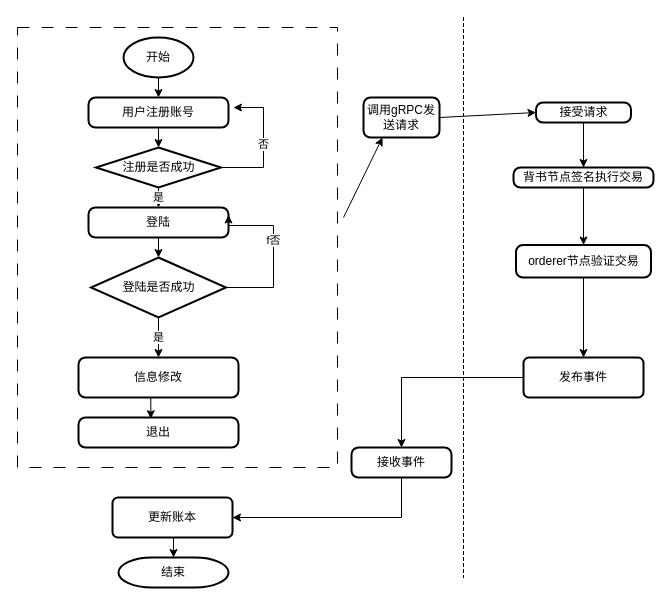
This is 整体流程.drawio from szuchenyajun/design_pattern_uml, a draw.io file, before an edit. Source tidied: cells renumbered, new cells numbered last; positions are measured from the earlier drawing's top-left corner, leaving out a move shared by most shapes. Both pictures are drawn from the tidied source at 100%, with x=0, y=0 at pixel (17, 17).
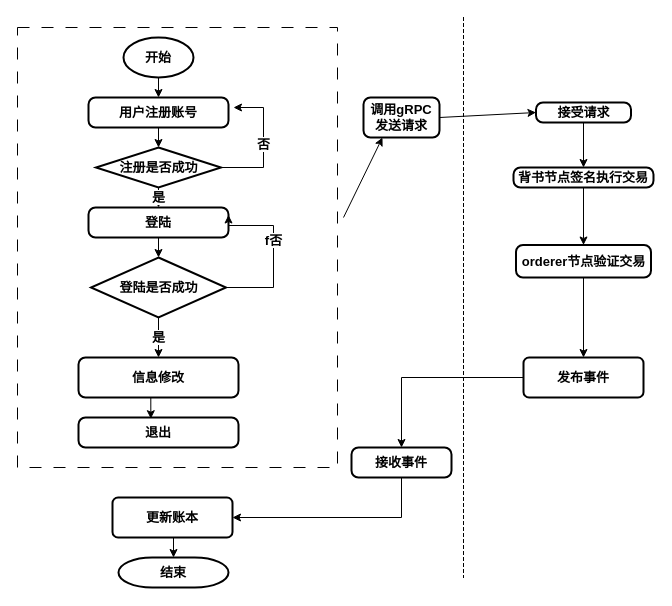
The same diagram, later.

Commit message:
更新整体流程.drawio

What changed in the source:
```diff
@@
-    <mxCell id="2" style="verticalLabelPosition=bottom;verticalAlign=top;html=1;shape=mxgraph.basic.rect;fillColor2=none;strokeWidth=1;size=20;indent=5;dashed=1;dashPattern=12 12;" parent="1" vertex="1">
+    <mxCell id="2" style="verticalLabelPosition=bottom;verticalAlign=top;html=1;shape=mxgraph.basic.rect;fillColor2=none;strokeWidth=1;size=20;indent=5;dashed=1;dashPattern=12 12;fontSize=13;fontStyle=1;" parent="1" vertex="1">
       <mxGeometry y="10" width="320" height="440" as="geometry" />
     </mxCell>
-    <mxCell id="3" style="edgeStyle=orthogonalEdgeStyle;rounded=0;jettySize=auto;html=1;exitX=0.5;exitY=1;exitDx=0;exitDy=0;exitPerimeter=0;entryX=0.5;entryY=0;entryDx=0;entryDy=0;" parent="1" edge="1" source="4" target="6">
+    <mxCell id="3" style="edgeStyle=orthogonalEdgeStyle;rounded=0;jettySize=auto;html=1;exitX=0.5;exitY=1;exitDx=0;exitDy=0;exitPerimeter=0;entryX=0.5;entryY=0;entryDx=0;entryDy=0;fontSize=13;fontStyle=1;" parent="1" edge="1" source="4" target="6">
       <mxGeometry relative="1" as="geometry" />
     </mxCell>
-    <mxCell id="4" value="开始" style="strokeWidth=2;html=1;shape=mxgraph.flowchart.start_1;whiteSpace=wrap;" parent="1" vertex="1">
+    <mxCell id="4" value="开始" style="strokeWidth=2;html=1;shape=mxgraph.flowchart.start_1;whiteSpace=wrap;fontSize=13;fontStyle=1;" parent="1" vertex="1">
       <mxGeometry x="106" y="20" width="70" height="40" as="geometry" />
     </mxCell>
-    <mxCell id="5" style="edgeStyle=orthogonalEdgeStyle;rounded=0;jettySize=auto;html=1;exitX=0.5;exitY=1;exitDx=0;exitDy=0;entryX=0.5;entryY=0;entryDx=0;entryDy=0;entryPerimeter=0;" parent="1" edge="1" source="6" target="9">
+    <mxCell id="5" style="edgeStyle=orthogonalEdgeStyle;rounded=0;jettySize=auto;html=1;exitX=0.5;exitY=1;exitDx=0;exitDy=0;entryX=0.5;entryY=0;entryDx=0;entryDy=0;entryPerimeter=0;fontSize=13;fontStyle=1;" parent="1" edge="1" source="6" target="9">
       <mxGeometry relative="1" as="geometry" />
     </mxCell>
-    <mxCell id="6" value="用户注册账号" style="rounded=1;whiteSpace=wrap;html=1;absoluteArcSize=1;arcSize=14;strokeWidth=2;" parent="1" vertex="1">
+    <mxCell id="6" value="用户注册账号" style="rounded=1;whiteSpace=wrap;html=1;absoluteArcSize=1;arcSize=14;strokeWidth=2;fontSize=13;fontStyle=1;" parent="1" vertex="1">
       <mxGeometry x="71" y="80" width="140" height="30" as="geometry" />
     </mxCell>
-    <mxCell id="7" value="是" style="edgeStyle=orthogonalEdgeStyle;rounded=0;jettySize=auto;html=1;exitX=0.5;exitY=1;exitDx=0;exitDy=0;exitPerimeter=0;entryX=0.5;entryY=0;entryDx=0;entryDy=0;" parent="1" edge="1" source="9" target="11">
+    <mxCell id="7" value="是" style="edgeStyle=orthogonalEdgeStyle;rounded=0;jettySize=auto;html=1;exitX=0.5;exitY=1;exitDx=0;exitDy=0;exitPerimeter=0;entryX=0.5;entryY=0;entryDx=0;entryDy=0;fontSize=13;fontStyle=1;" parent="1" edge="1" source="9" target="11">
       <mxGeometry relative="1" as="geometry" />
     </mxCell>
-    <mxCell id="8" value="否" style="edgeStyle=orthogonalEdgeStyle;rounded=0;jettySize=auto;html=1;exitX=1;exitY=0.5;exitDx=0;exitDy=0;exitPerimeter=0;" parent="1" edge="1" source="9">
+    <mxCell id="8" value="否" style="edgeStyle=orthogonalEdgeStyle;rounded=0;jettySize=auto;html=1;exitX=1;exitY=0.5;exitDx=0;exitDy=0;exitPerimeter=0;fontSize=13;fontStyle=1;" parent="1" edge="1" source="9">
       <mxGeometry relative="1" as="geometry">
         <mxPoint x="216" y="90" as="targetPoint" />
         <Array as="points">
           <mxPoint x="246" y="150" />
           <mxPoint x="246" y="90" />
         </Array>
       </mxGeometry>
     </mxCell>
-    <mxCell id="9" value="注册是否成功" style="strokeWidth=2;html=1;shape=mxgraph.flowchart.decision;whiteSpace=wrap;" parent="1" vertex="1">
+    <mxCell id="9" value="注册是否成功" style="strokeWidth=2;html=1;shape=mxgraph.flowchart.decision;whiteSpace=wrap;fontSize=13;fontStyle=1;" parent="1" vertex="1">
       <mxGeometry x="78.5" y="130" width="125" height="40" as="geometry" />
     </mxCell>
-    <mxCell id="10" style="edgeStyle=orthogonalEdgeStyle;rounded=0;jettySize=auto;html=1;exitX=0.5;exitY=1;exitDx=0;exitDy=0;entryX=0.5;entryY=0;entryDx=0;entryDy=0;entryPerimeter=0;" parent="1" edge="1" source="11" target="14">
+    <mxCell id="10" style="edgeStyle=orthogonalEdgeStyle;rounded=0;jettySize=auto;html=1;exitX=0.5;exitY=1;exitDx=0;exitDy=0;entryX=0.5;entryY=0;entryDx=0;entryDy=0;entryPerimeter=0;fontSize=13;fontStyle=1;" parent="1" edge="1" source="11" target="14">
       <mxGeometry relative="1" as="geometry" />
     </mxCell>
-    <mxCell id="11" value="登陆" style="rounded=1;whiteSpace=wrap;html=1;absoluteArcSize=1;arcSize=14;strokeWidth=2;" parent="1" vertex="1">
+    <mxCell id="11" value="登陆" style="rounded=1;whiteSpace=wrap;html=1;absoluteArcSize=1;arcSize=14;strokeWidth=2;fontSize=13;fontStyle=1;" parent="1" vertex="1">
       <mxGeometry x="71" y="190" width="140" height="30" as="geometry" />
     </mxCell>
-    <mxCell id="12" value="是" style="edgeStyle=orthogonalEdgeStyle;rounded=0;jettySize=auto;html=1;" parent="1" edge="1" source="14">
+    <mxCell id="12" value="是" style="edgeStyle=orthogonalEdgeStyle;rounded=0;jettySize=auto;html=1;fontSize=13;fontStyle=1;" parent="1" edge="1" source="14">
       <mxGeometry relative="1" as="geometry">
         <mxPoint x="141" y="340" as="targetPoint" />
       </mxGeometry>
     </mxCell>
-    <mxCell id="13" value="f否" style="edgeStyle=orthogonalEdgeStyle;rounded=0;jettySize=auto;html=1;exitX=1;exitY=0.5;exitDx=0;exitDy=0;exitPerimeter=0;entryX=1;entryY=0.25;entryDx=0;entryDy=0;" parent="1" edge="1" source="14" target="11">
+    <mxCell id="13" value="f否" style="edgeStyle=orthogonalEdgeStyle;rounded=0;jettySize=auto;html=1;exitX=1;exitY=0.5;exitDx=0;exitDy=0;exitPerimeter=0;entryX=1;entryY=0.25;entryDx=0;entryDy=0;fontSize=13;fontStyle=1;" parent="1" edge="1" source="14" target="11">
       <mxGeometry x="0.15" relative="1" as="geometry">
         <Array as="points">
           <mxPoint x="256" y="270" />
           <mxPoint x="256" y="208" />
           <mxPoint x="211" y="208" />
         </Array>
       </mxGeometry>
     </mxCell>
-    <mxCell id="14" value="登陆是否成功" style="strokeWidth=2;html=1;shape=mxgraph.flowchart.decision;whiteSpace=wrap;" parent="1" vertex="1">
+    <mxCell id="14" value="登陆是否成功" style="strokeWidth=2;html=1;shape=mxgraph.flowchart.decision;whiteSpace=wrap;fontSize=13;fontStyle=1;" parent="1" vertex="1">
       <mxGeometry x="73.5" y="240" width="135" height="60" as="geometry" />
     </mxCell>
-    <mxCell id="15" style="edgeStyle=orthogonalEdgeStyle;rounded=0;jettySize=auto;html=1;exitX=0.5;exitY=1;exitDx=0;exitDy=0;entryX=0.452;entryY=0.04;entryDx=0;entryDy=0;entryPerimeter=0;" parent="1" edge="1" target="16">
+    <mxCell id="15" style="edgeStyle=orthogonalEdgeStyle;rounded=0;jettySize=auto;html=1;exitX=0.5;exitY=1;exitDx=0;exitDy=0;entryX=0.452;entryY=0.04;entryDx=0;entryDy=0;entryPerimeter=0;fontSize=13;fontStyle=1;" parent="1" edge="1" target="16">
       <mxGeometry relative="1" as="geometry">
         <mxPoint x="141" y="370" as="sourcePoint" />
       </mxGeometry>
     </mxCell>
-    <mxCell id="16" value="退出" style="rounded=1;whiteSpace=wrap;html=1;absoluteArcSize=1;arcSize=14;strokeWidth=2;" parent="1" vertex="1">
+    <mxCell id="16" value="退出" style="rounded=1;whiteSpace=wrap;html=1;absoluteArcSize=1;arcSize=14;strokeWidth=2;fontSize=13;fontStyle=1;" parent="1" vertex="1">
       <mxGeometry x="61" y="400" width="160" height="30" as="geometry" />
     </mxCell>
-    <mxCell id="17" style="shape=partialRectangle;fillColor=none;align=left;verticalAlign=middle;strokeColor=none;spacingLeft=34;dashed=1;dashPattern=12 12;" parent="1" vertex="1">
+    <mxCell id="17" style="shape=partialRectangle;fillColor=none;align=left;verticalAlign=middle;strokeColor=none;spacingLeft=34;dashed=1;dashPattern=12 12;fontSize=13;fontStyle=1;" parent="1" vertex="1">
       <mxGeometry x="416" width="90" height="560" as="geometry" />
     </mxCell>
-    <mxCell id="18" style="shape=partialRectangle;top=0;left=0;bottom=0;fillColor=none;stokeWidth=1;dashed=1;align=left;verticalAlign=middle;spacingLeft=4;spacingRight=4;overflow=hidden;" parent="17" vertex="1">
+    <mxCell id="18" style="shape=partialRectangle;top=0;left=0;bottom=0;fillColor=none;stokeWidth=1;dashed=1;align=left;verticalAlign=middle;spacingLeft=4;spacingRight=4;overflow=hidden;fontSize=13;fontStyle=1;" parent="17" vertex="1">
       <mxGeometry width="30" height="560" as="geometry" />
     </mxCell>
-    <mxCell id="19" style="rounded=0;jettySize=auto;html=1;exitX=1;exitY=0.5;exitDx=0;exitDy=0;entryX=0;entryY=0.5;entryDx=0;entryDy=0;" parent="1" edge="1" source="20" target="22">
+    <mxCell id="19" style="rounded=0;jettySize=auto;html=1;exitX=1;exitY=0.5;exitDx=0;exitDy=0;entryX=0;entryY=0.5;entryDx=0;entryDy=0;fontSize=13;fontStyle=1;" parent="1" edge="1" source="20" target="22">
       <mxGeometry relative="1" as="geometry" />
     </mxCell>
-    <mxCell id="20" value="调用gRPC发送请求" style="rounded=1;whiteSpace=wrap;html=1;absoluteArcSize=1;arcSize=14;strokeWidth=2;" parent="1" vertex="1">
+    <mxCell id="20" value="调用gRPC发送请求" style="rounded=1;whiteSpace=wrap;html=1;absoluteArcSize=1;arcSize=14;strokeWidth=2;fontSize=13;fontStyle=1;" parent="1" vertex="1">
       <mxGeometry x="346" y="80" width="76" height="40" as="geometry" />
     </mxCell>
-    <mxCell id="21" style="edgeStyle=orthogonalEdgeStyle;rounded=0;jettySize=auto;html=1;exitX=0.5;exitY=1;exitDx=0;exitDy=0;entryX=0.5;entryY=0;entryDx=0;entryDy=0;" parent="1" edge="1" source="22" target="24">
+    <mxCell id="21" style="edgeStyle=orthogonalEdgeStyle;rounded=0;jettySize=auto;html=1;exitX=0.5;exitY=1;exitDx=0;exitDy=0;entryX=0.5;entryY=0;entryDx=0;entryDy=0;fontSize=13;fontStyle=1;" parent="1" edge="1" source="22" target="24">
       <mxGeometry relative="1" as="geometry" />
     </mxCell>
-    <mxCell id="22" value="接受请求" style="rounded=1;whiteSpace=wrap;html=1;absoluteArcSize=1;arcSize=14;strokeWidth=2;" parent="1" vertex="1">
+    <mxCell id="22" value="接受请求" style="rounded=1;whiteSpace=wrap;html=1;absoluteArcSize=1;arcSize=14;strokeWidth=2;fontSize=13;fontStyle=1;" parent="1" vertex="1">
       <mxGeometry x="518.5" y="85" width="95" height="20" as="geometry" />
     </mxCell>
-    <mxCell id="23" style="edgeStyle=orthogonalEdgeStyle;rounded=0;jettySize=auto;html=1;exitX=0.5;exitY=1;exitDx=0;exitDy=0;" parent="1" edge="1" source="24" target="25">
+    <mxCell id="23" style="edgeStyle=orthogonalEdgeStyle;rounded=0;jettySize=auto;html=1;exitX=0.5;exitY=1;exitDx=0;exitDy=0;fontSize=13;fontStyle=1;" parent="1" edge="1" source="24" target="25">
       <mxGeometry relative="1" as="geometry" />
     </mxCell>
-    <mxCell id="24" value="背书节点签名执行交易" style="rounded=1;whiteSpace=wrap;html=1;absoluteArcSize=1;arcSize=14;strokeWidth=2;" parent="1" vertex="1">
+    <mxCell id="24" value="背书节点签名执行交易" style="rounded=1;whiteSpace=wrap;html=1;absoluteArcSize=1;arcSize=14;strokeWidth=2;fontSize=13;fontStyle=1;" parent="1" vertex="1">
       <mxGeometry x="496" y="150" width="140" height="20" as="geometry" />
     </mxCell>
-    <mxCell id="25" value="orderer节点验证交易" style="rounded=1;whiteSpace=wrap;html=1;absoluteArcSize=1;arcSize=14;strokeWidth=2;" parent="1" vertex="1">
+    <mxCell id="25" value="orderer节点验证交易" style="rounded=1;whiteSpace=wrap;html=1;absoluteArcSize=1;arcSize=14;strokeWidth=2;fontSize=13;fontStyle=1;" parent="1" vertex="1">
       <mxGeometry x="498.5" y="227.5" width="135" height="32.5" as="geometry" />
     </mxCell>
-    <mxCell id="26" style="edgeStyle=orthogonalEdgeStyle;rounded=0;jettySize=auto;html=1;exitX=0.5;exitY=1;exitDx=0;exitDy=0;" parent="1" edge="1" source="25" target="30">
+    <mxCell id="26" style="edgeStyle=orthogonalEdgeStyle;rounded=0;jettySize=auto;html=1;exitX=0.5;exitY=1;exitDx=0;exitDy=0;fontSize=13;fontStyle=1;" parent="1" edge="1" source="25" target="30">
       <mxGeometry relative="1" as="geometry" />
     </mxCell>
-    <mxCell id="27" value="信息修改" style="rounded=1;whiteSpace=wrap;html=1;absoluteArcSize=1;arcSize=14;strokeWidth=2;" parent="1" vertex="1">
+    <mxCell id="27" value="信息修改" style="rounded=1;whiteSpace=wrap;html=1;absoluteArcSize=1;arcSize=14;strokeWidth=2;fontSize=13;fontStyle=1;" parent="1" vertex="1">
       <mxGeometry x="61" y="340" width="160" height="40" as="geometry" />
     </mxCell>
-    <mxCell id="28" style="edgeStyle=none;jettySize=auto;html=1;rounded=0;entryX=0.25;entryY=1;entryDx=0;entryDy=0;" parent="1" edge="1" target="20">
+    <mxCell id="28" style="edgeStyle=none;jettySize=auto;html=1;rounded=0;entryX=0.25;entryY=1;entryDx=0;entryDy=0;fontSize=13;fontStyle=1;" parent="1" edge="1" target="20">
       <mxGeometry relative="1" as="geometry">
         <mxPoint x="326" y="200" as="sourcePoint" />
       </mxGeometry>
     </mxCell>
-    <mxCell id="29" style="edgeStyle=orthogonalEdgeStyle;rounded=0;jettySize=auto;html=1;exitX=0;exitY=0.5;exitDx=0;exitDy=0;" parent="1" edge="1" source="30" target="32">
+    <mxCell id="29" style="edgeStyle=orthogonalEdgeStyle;rounded=0;jettySize=auto;html=1;exitX=0;exitY=0.5;exitDx=0;exitDy=0;fontSize=13;fontStyle=1;" parent="1" edge="1" source="30" target="32">
       <mxGeometry relative="1" as="geometry" />
     </mxCell>
-    <mxCell id="30" value="发布事件" style="rounded=1;whiteSpace=wrap;html=1;arcSize=14;strokeWidth=2;" parent="1" vertex="1">
+    <mxCell id="30" value="发布事件" style="rounded=1;whiteSpace=wrap;html=1;arcSize=14;strokeWidth=2;fontSize=13;fontStyle=1;" parent="1" vertex="1">
       <mxGeometry x="506" y="340" width="120" height="40" as="geometry" />
     </mxCell>
-    <mxCell id="31" style="edgeStyle=orthogonalEdgeStyle;rounded=0;jettySize=auto;html=1;exitX=0.5;exitY=1;exitDx=0;exitDy=0;entryX=1;entryY=0.5;entryDx=0;entryDy=0;" parent="1" edge="1" source="32" target="34">
+    <mxCell id="31" style="edgeStyle=orthogonalEdgeStyle;rounded=0;jettySize=auto;html=1;exitX=0.5;exitY=1;exitDx=0;exitDy=0;entryX=1;entryY=0.5;entryDx=0;entryDy=0;fontSize=13;fontStyle=1;" parent="1" edge="1" source="32" target="34">
       <mxGeometry relative="1" as="geometry" />
     </mxCell>
-    <mxCell id="32" value="接收事件" style="rounded=1;whiteSpace=wrap;html=1;absoluteArcSize=1;arcSize=14;strokeWidth=2;" parent="1" vertex="1">
+    <mxCell id="32" value="接收事件" style="rounded=1;whiteSpace=wrap;html=1;absoluteArcSize=1;arcSize=14;strokeWidth=2;fontSize=13;fontStyle=1;" parent="1" vertex="1">
       <mxGeometry x="334" y="430" width="100" height="30" as="geometry" />
     </mxCell>
-    <mxCell id="33" style="edgeStyle=orthogonalEdgeStyle;rounded=0;jettySize=auto;html=1;exitX=0.5;exitY=1;exitDx=0;exitDy=0;entryX=0.5;entryY=0;entryDx=0;entryDy=0;entryPerimeter=0;" parent="1" edge="1" source="34" target="35">
+    <mxCell id="33" style="edgeStyle=orthogonalEdgeStyle;rounded=0;jettySize=auto;html=1;exitX=0.5;exitY=1;exitDx=0;exitDy=0;entryX=0.5;entryY=0;entryDx=0;entryDy=0;entryPerimeter=0;fontSize=13;fontStyle=1;" parent="1" edge="1" source="34" target="35">
       <mxGeometry relative="1" as="geometry" />
     </mxCell>
-    <mxCell id="34" value="更新账本" style="rounded=1;whiteSpace=wrap;html=1;arcSize=14;strokeWidth=2;" parent="1" vertex="1">
+    <mxCell id="34" value="更新账本" style="rounded=1;whiteSpace=wrap;html=1;arcSize=14;strokeWidth=2;fontSize=13;fontStyle=1;" parent="1" vertex="1">
       <mxGeometry x="95" y="480" width="120" height="40" as="geometry" />
     </mxCell>
-    <mxCell id="35" value="结束" style="strokeWidth=2;html=1;shape=mxgraph.flowchart.terminator;whiteSpace=wrap;" parent="1" vertex="1">
+    <mxCell id="35" value="结束" style="strokeWidth=2;html=1;shape=mxgraph.flowchart.terminator;whiteSpace=wrap;fontSize=13;fontStyle=1;" parent="1" vertex="1">
       <mxGeometry x="101" y="540" width="110" height="30" as="geometry" />
     </mxCell>
```
